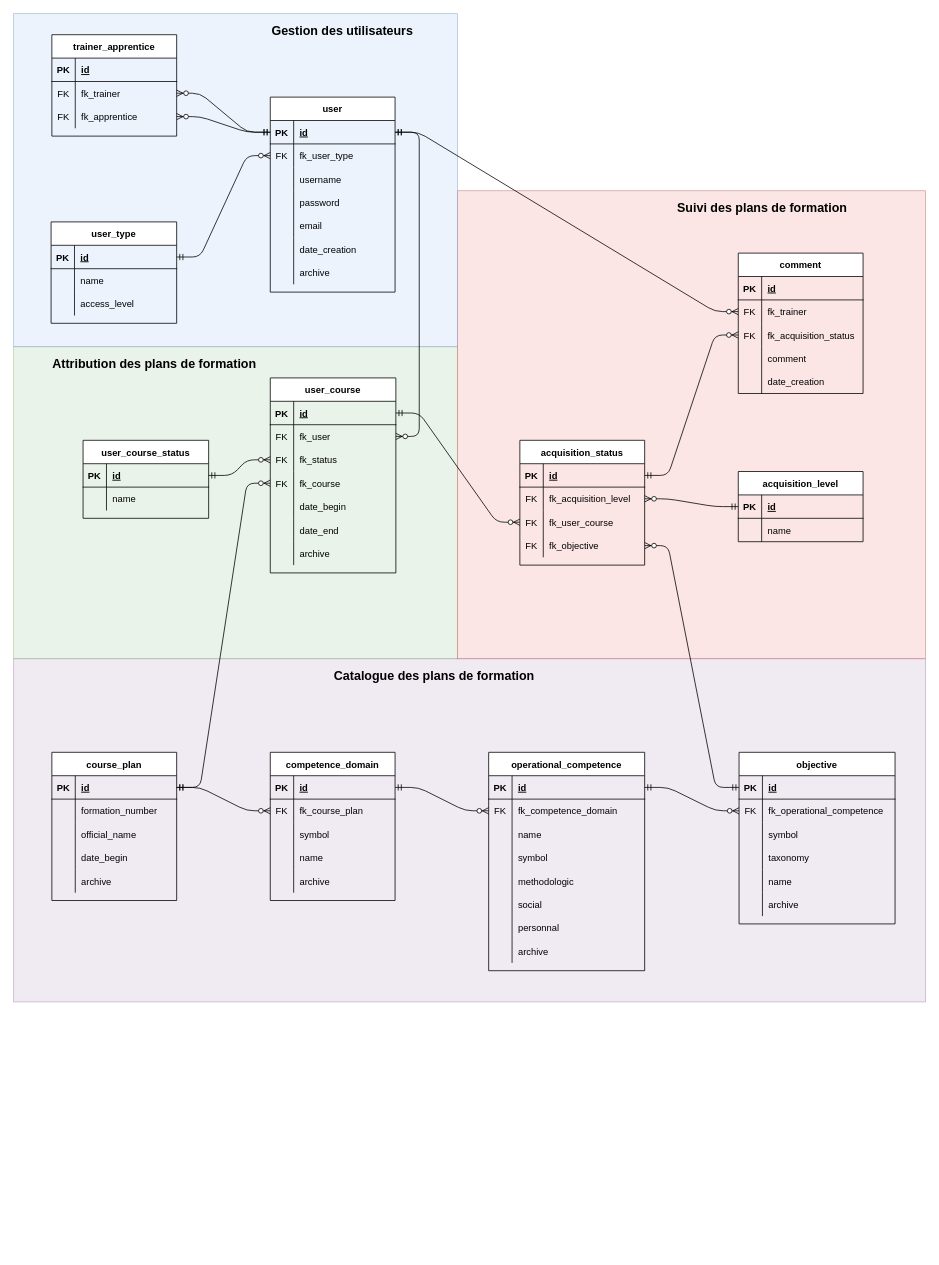
Before: documentation/db_plafor.drawio in benmoumene/manage-course-codeigniter-4, a draw.io diagram. Source tidied: cells renumbered, new cells numbered last; positions are measured from the earlier drawing's top-left corner, leaving out a move shared by most shapes. Both pictures are drawn from the tidied source at 78%, with x=0, y=0 at pixel (13, 13).
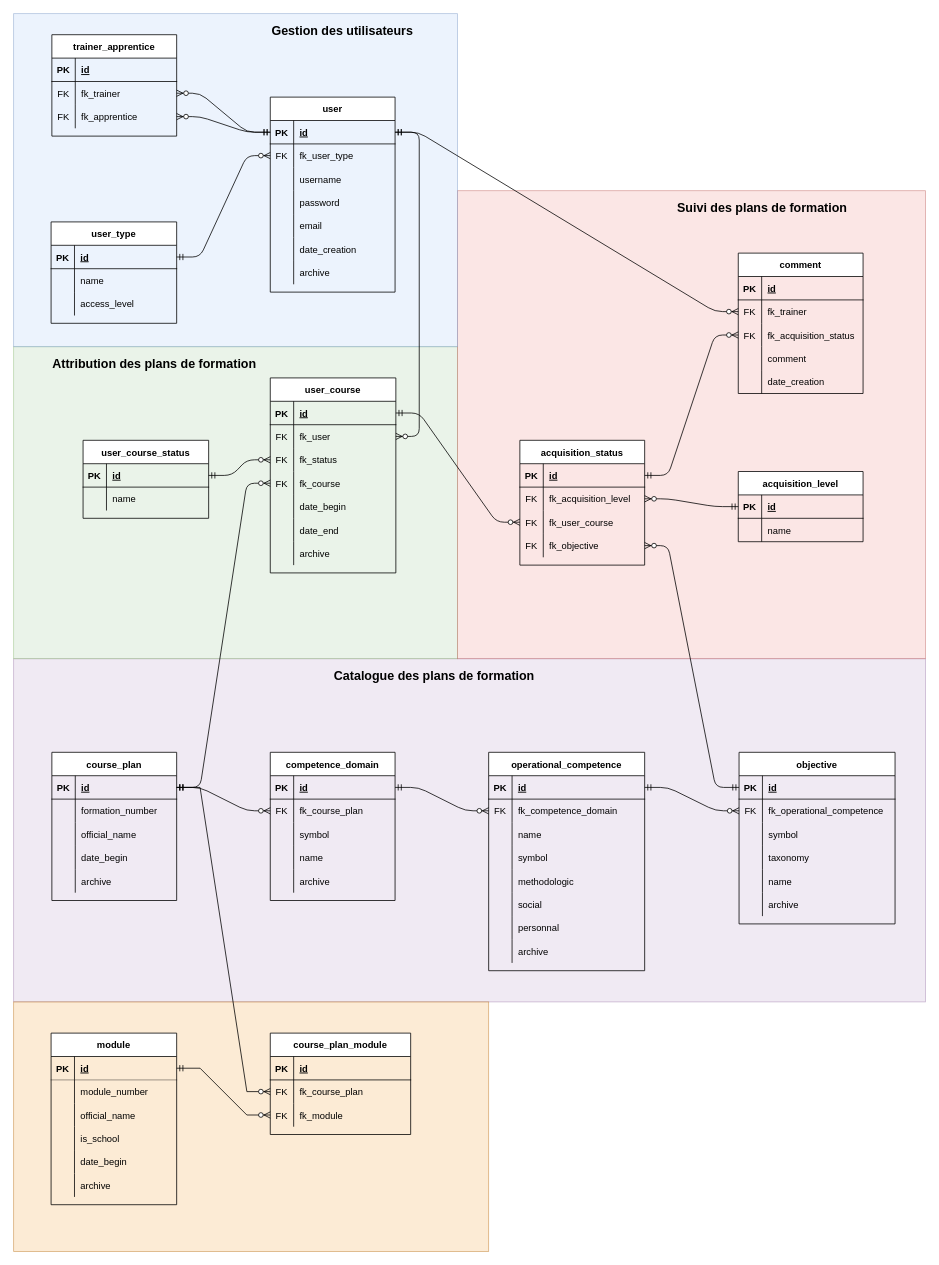
The same diagram, later.

Unchanged cells that the change refers to:
```xml
<mxCell id="142" style="shape=partialRectangle;fillColor=none;top=0;left=0;bottom=1;right=0;points=[[0,0.5],[1,0.5]];portConstraint=eastwest;" parent="141" vertex="1">
  <mxGeometry y="30" width="160" height="30" as="geometry" />
</mxCell>
```

Change to the diagram source:
```diff
@@
+    <mxCell id="207" style="rounded=0;whiteSpace=wrap;html=1;fillColor=#fad7ac;strokeColor=#b46504;opacity=50;" parent="1" vertex="1">
+      <mxGeometry y="1267" width="609" height="320" as="geometry" />
+    </mxCell>
+    <mxCell id="208" value="module" style="shape=table;startSize=30;childLayout=tableLayout;rowLines=0;fontStyle=1;align=center;swimlaneLine=1;rounded=0;shadow=0;sketch=0;" parent="1" vertex="1">
+      <mxGeometry x="48" y="1307" width="161" height="220" as="geometry" />
+    </mxCell>
+    <mxCell id="209" style="shape=tableRow;horizontal=0;startSize=0;swimlaneHead=0;swimlaneBody=0;fillColor=none;points=[[0,0.5],[1,0.5]];portConstraint=eastwest;top=0;left=0;right=0;bottom=1;opacity=50;" parent="208" vertex="1">
+      <mxGeometry y="30" width="161" height="30" as="geometry" />
+    </mxCell>
+    <mxCell id="210" value="PK" style="shape=partialRectangle;fillColor=none;top=0;left=0;bottom=0;right=0;fontStyle=1;overflow=hidden;opacity=50;" parent="209" vertex="1">
+      <mxGeometry width="30" height="30" as="geometry" />
+    </mxCell>
+    <mxCell id="211" value="id" style="shape=partialRectangle;fillColor=none;top=0;left=0;bottom=0;right=0;align=left;spacingLeft=6;fontStyle=5;overflow=hidden;opacity=50;" parent="209" vertex="1">
+      <mxGeometry x="30" width="131" height="30" as="geometry" />
+    </mxCell>
+    <mxCell id="212" style="shape=tableRow;horizontal=0;startSize=0;swimlaneHead=0;swimlaneBody=0;fillColor=none;top=0;left=0;right=0;bottom=0;opacity=50;" parent="208" vertex="1">
+      <mxGeometry y="60" width="161" height="30" as="geometry" />
+    </mxCell>
+    <mxCell id="213" style="shape=partialRectangle;fillColor=none;top=0;left=0;bottom=0;right=0;overflow=hidden;opacity=50;" parent="212" vertex="1">
+      <mxGeometry width="30" height="30" as="geometry" />
+    </mxCell>
+    <mxCell id="214" value="module_number" style="shape=partialRectangle;fillColor=none;top=0;left=0;bottom=0;right=0;align=left;spacingLeft=6;overflow=hidden;opacity=50;" parent="212" vertex="1">
+      <mxGeometry x="30" width="131" height="30" as="geometry" />
+    </mxCell>
+    <mxCell id="215" style="shape=tableRow;horizontal=0;startSize=0;swimlaneHead=0;swimlaneBody=0;fillColor=none;top=0;left=0;right=0;bottom=0;opacity=50;" parent="208" vertex="1">
+      <mxGeometry y="90" width="161" height="30" as="geometry" />
+    </mxCell>
+    <mxCell id="216" style="shape=partialRectangle;fillColor=none;top=0;left=0;bottom=0;right=0;overflow=hidden;opacity=50;" parent="215" vertex="1">
+      <mxGeometry width="30" height="30" as="geometry" />
+    </mxCell>
+    <mxCell id="217" value="official_name" style="shape=partialRectangle;fillColor=none;top=0;left=0;bottom=0;right=0;align=left;spacingLeft=6;overflow=hidden;opacity=50;" parent="215" vertex="1">
+      <mxGeometry x="30" width="131" height="30" as="geometry" />
+    </mxCell>
+    <mxCell id="218" style="shape=tableRow;horizontal=0;startSize=0;swimlaneHead=0;swimlaneBody=0;fillColor=none;top=0;left=0;right=0;bottom=0;opacity=50;" parent="208" vertex="1">
+      <mxGeometry y="120" width="161" height="30" as="geometry" />
+    </mxCell>
+    <mxCell id="219" style="shape=partialRectangle;fillColor=none;top=0;left=0;bottom=0;right=0;overflow=hidden;opacity=50;" parent="218" vertex="1">
+      <mxGeometry width="30" height="30" as="geometry" />
+    </mxCell>
+    <mxCell id="220" value="is_school" style="shape=partialRectangle;fillColor=none;top=0;left=0;bottom=0;right=0;align=left;spacingLeft=6;overflow=hidden;opacity=50;" parent="218" vertex="1">
+      <mxGeometry x="30" width="131" height="30" as="geometry" />
+    </mxCell>
+    <mxCell id="221" style="shape=tableRow;horizontal=0;startSize=0;swimlaneHead=0;swimlaneBody=0;fillColor=none;top=0;left=0;right=0;bottom=0;opacity=50;" parent="208" vertex="1">
+      <mxGeometry y="150" width="161" height="30" as="geometry" />
+    </mxCell>
+    <mxCell id="222" style="shape=partialRectangle;fillColor=none;top=0;left=0;bottom=0;right=0;overflow=hidden;opacity=50;" parent="221" vertex="1">
+      <mxGeometry width="30" height="30" as="geometry" />
+    </mxCell>
+    <mxCell id="223" value="date_begin" style="shape=partialRectangle;fillColor=none;top=0;left=0;bottom=0;right=0;align=left;spacingLeft=6;overflow=hidden;opacity=50;" parent="221" vertex="1">
+      <mxGeometry x="30" width="131" height="30" as="geometry" />
+    </mxCell>
+    <mxCell id="224" style="shape=tableRow;horizontal=0;startSize=0;swimlaneHead=0;swimlaneBody=0;fillColor=none;top=0;left=0;right=0;bottom=0;opacity=50;" parent="208" vertex="1">
+      <mxGeometry y="180" width="161" height="30" as="geometry" />
+    </mxCell>
+    <mxCell id="225" style="shape=partialRectangle;fillColor=none;top=0;left=0;bottom=0;right=0;overflow=hidden;opacity=50;" parent="224" vertex="1">
+      <mxGeometry width="30" height="30" as="geometry" />
+    </mxCell>
+    <mxCell id="226" value="archive" style="shape=partialRectangle;fillColor=none;top=0;left=0;bottom=0;right=0;align=left;spacingLeft=6;overflow=hidden;opacity=50;" parent="224" vertex="1">
+      <mxGeometry x="30" width="131" height="30" as="geometry" />
+    </mxCell>
+    <mxCell id="227" value="course_plan_module" style="shape=table;startSize=30;childLayout=tableLayout;rowLines=0;fontStyle=1;align=center;rounded=0;shadow=0;sketch=0;" parent="1" vertex="1">
+      <mxGeometry x="329" y="1307" width="180" height="130" as="geometry" />
+    </mxCell>
+    <mxCell id="228" style="shape=tableRow;horizontal=0;startSize=0;swimlaneHead=0;swimlaneBody=0;fillColor=none;top=0;left=0;right=0;bottom=1;rounded=0;shadow=0;sketch=0;" parent="227" vertex="1">
+      <mxGeometry y="30" width="180" height="30" as="geometry" />
+    </mxCell>
+    <mxCell id="229" value="PK" style="shape=partialRectangle;fillColor=none;top=0;left=0;bottom=0;right=0;fontStyle=1;overflow=hidden;rounded=0;shadow=0;sketch=0;" parent="228" vertex="1">
+      <mxGeometry width="30" height="30" as="geometry" />
+    </mxCell>
+    <mxCell id="230" value="id" style="shape=partialRectangle;fillColor=none;top=0;left=0;bottom=0;right=0;align=left;spacingLeft=6;fontStyle=5;overflow=hidden;rounded=0;shadow=0;sketch=0;" parent="228" vertex="1">
+      <mxGeometry x="30" width="150" height="30" as="geometry" />
+    </mxCell>
+    <mxCell id="231" style="shape=tableRow;horizontal=0;startSize=0;swimlaneHead=0;swimlaneBody=0;fillColor=none;points=[[0,0.5],[1,0.5]];portConstraint=eastwest;top=0;left=0;right=0;bottom=0;rounded=0;shadow=0;sketch=0;" parent="227" vertex="1">
+      <mxGeometry y="60" width="180" height="30" as="geometry" />
+    </mxCell>
+    <mxCell id="232" value="FK" style="shape=partialRectangle;fillColor=none;top=0;left=0;bottom=0;right=0;overflow=hidden;rounded=0;shadow=0;sketch=0;" parent="231" vertex="1">
+      <mxGeometry width="30" height="30" as="geometry" />
+    </mxCell>
+    <mxCell id="233" value="fk_course_plan" style="shape=partialRectangle;fillColor=none;top=0;left=0;bottom=0;right=0;align=left;spacingLeft=6;overflow=hidden;rounded=0;shadow=0;sketch=0;" parent="231" vertex="1">
+      <mxGeometry x="30" width="150" height="30" as="geometry" />
+    </mxCell>
+    <mxCell id="234" style="shape=tableRow;horizontal=0;startSize=0;swimlaneHead=0;swimlaneBody=0;fillColor=none;points=[[0,0.5],[1,0.5]];portConstraint=eastwest;top=0;left=0;right=0;bottom=0;rounded=0;shadow=0;sketch=0;" parent="227" vertex="1">
+      <mxGeometry y="90" width="180" height="30" as="geometry" />
+    </mxCell>
+    <mxCell id="235" value="FK" style="shape=partialRectangle;fillColor=none;top=0;left=0;bottom=0;right=0;overflow=hidden;rounded=0;shadow=0;sketch=0;" parent="234" vertex="1">
+      <mxGeometry width="30" height="30" as="geometry" />
+    </mxCell>
+    <mxCell id="236" value="fk_module" style="shape=partialRectangle;fillColor=none;top=0;left=0;bottom=0;right=0;align=left;spacingLeft=6;overflow=hidden;rounded=0;shadow=0;sketch=0;" parent="234" vertex="1">
+      <mxGeometry x="30" width="150" height="30" as="geometry" />
+    </mxCell>
+    <mxCell id="237" style="edgeStyle=entityRelationEdgeStyle;fontSize=12;html=1;endArrow=ERzeroToMany;startArrow=ERmandOne;rounded=0;" parent="1" edge="1" source="142" target="231">
+      <mxGeometry relative="1" as="geometry" />
+    </mxCell>
+    <mxCell id="238" style="edgeStyle=entityRelationEdgeStyle;fontSize=12;html=1;endArrow=ERzeroToMany;startArrow=ERmandOne;rounded=0;" parent="1" edge="1" source="209" target="234">
+      <mxGeometry relative="1" as="geometry" />
+    </mxCell>
```
